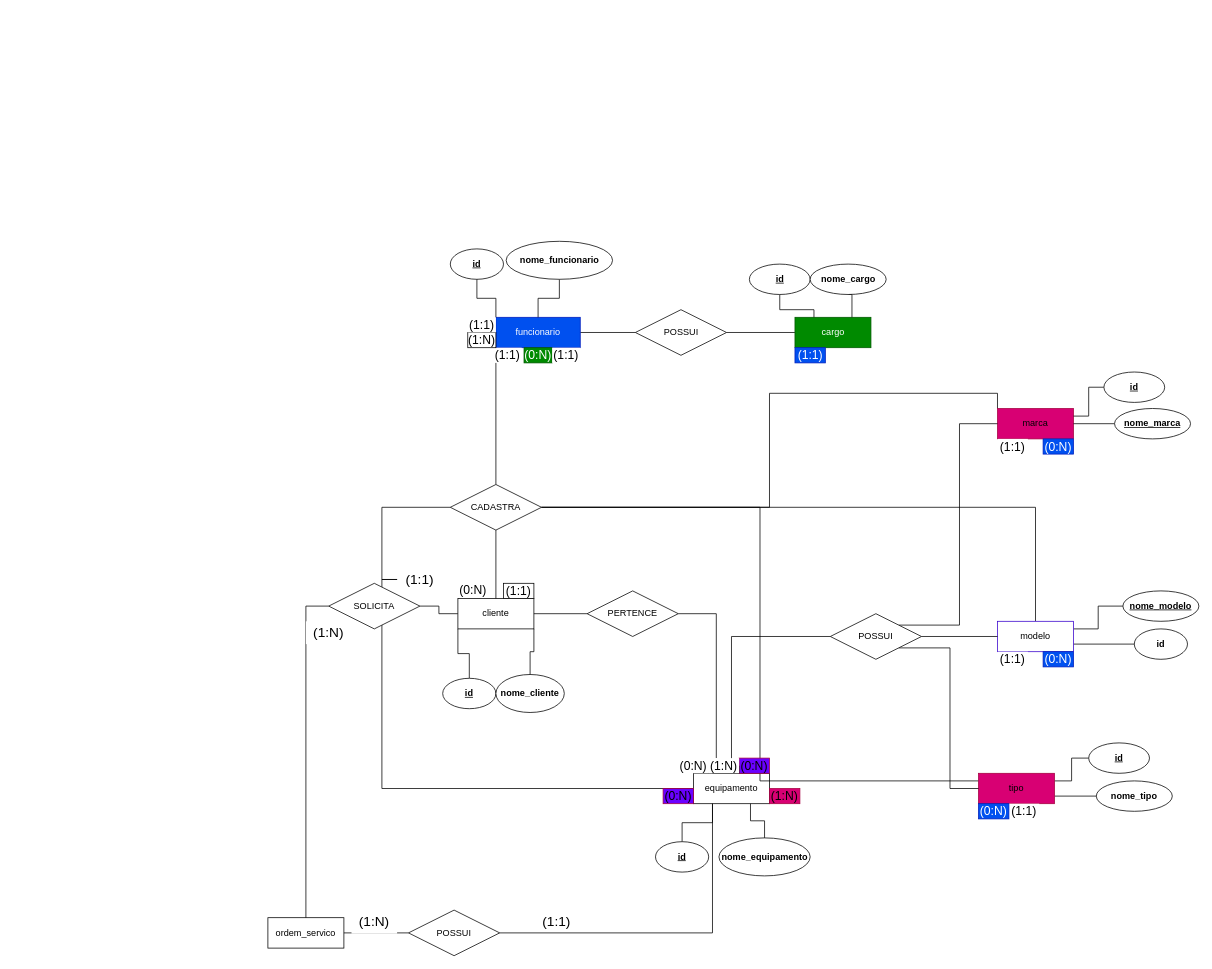
Carlos27spec/TechFix--Trabalho-banco-de-dados keeps this draw.io diagram as page "Conceitual" (1 of 2) of modelos/conceitual-logico-techflix.drawio. Above is the earlier version. Source tidied: cells renumbered, new cells numbered last; positions are measured from the earlier drawing's top-left corner, leaving out a move shared by most shapes. Both pictures are drawn from the tidied source at 76%, with x=0, y=0 at pixel (268, 241).
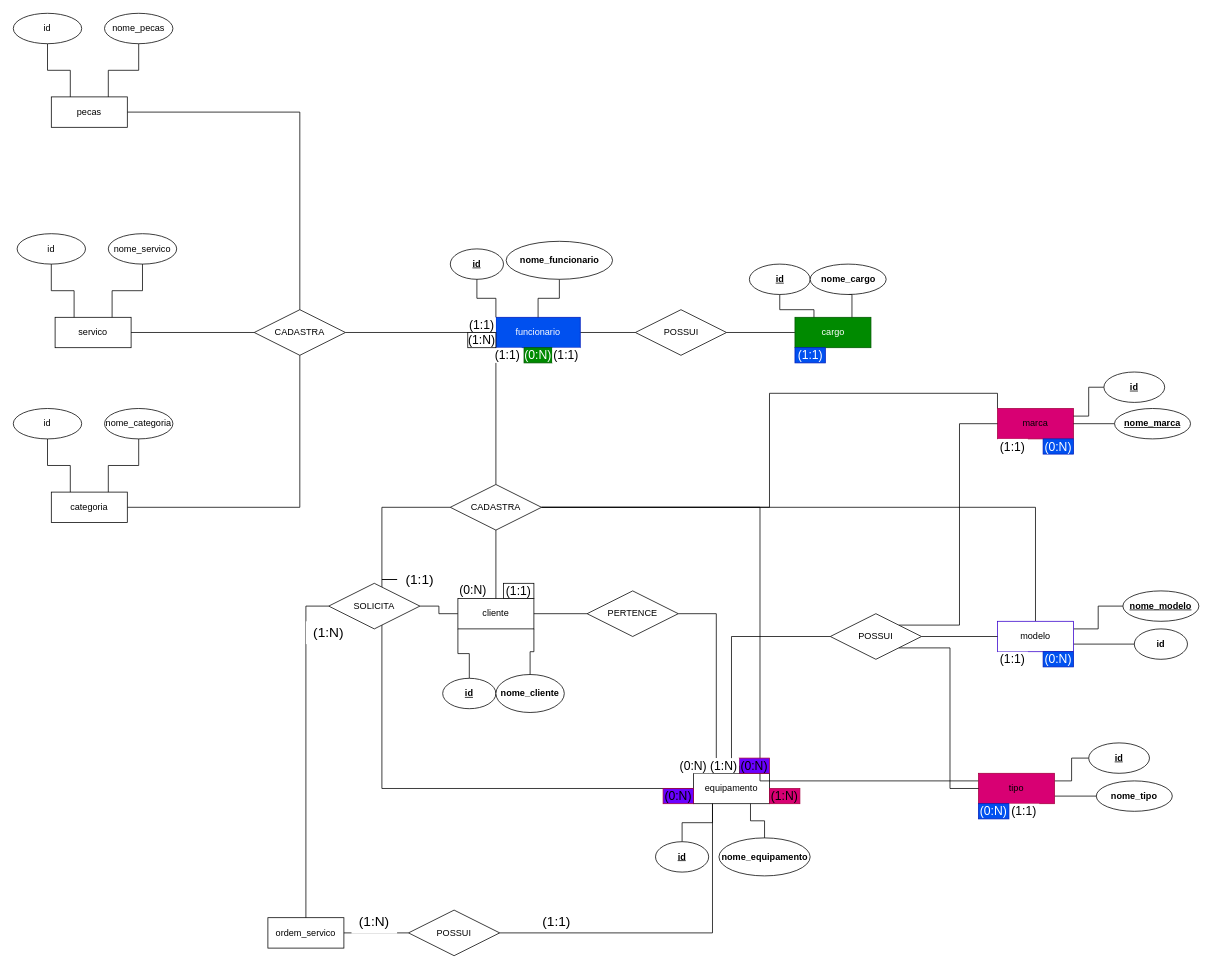
The same diagram, later.

Commit message (it also covers changes not shown here):
criaçao das tablelas servico e peca junto com mapa lógico e dbeavers

Unchanged cells that the change refers to:
```xml
<mxCell id="5" value="funcionario" style="whiteSpace=wrap;html=1;align=center;fillColor=light-dark(#0050EF,#66B2FF);fontColor=#ffffff;strokeColor=light-dark(#001DBC,#007FFF);" parent="1" vertex="1">
  <mxGeometry x="300" y="100" width="111" height="40" as="geometry" />
</mxCell>
```

Change to the diagram source:
```diff
@@
+    <mxCell id="88" value="servico" style="whiteSpace=wrap;html=1;align=center;fillColor=light-dark(#FFFFFF,#00994D);" parent="1" vertex="1">
+      <mxGeometry x="-280" y="100" width="100" height="40" as="geometry" />
+    </mxCell>
+    <mxCell id="89" style="edgeStyle=orthogonalEdgeStyle;rounded=0;jettySize=auto;html=1;exitX=1;exitY=0.5;exitDx=0;exitDy=0;endArrow=none;endFill=0;" parent="1" edge="1" source="91" target="5">
+      <mxGeometry relative="1" as="geometry" />
+    </mxCell>
+    <mxCell id="90" style="edgeStyle=orthogonalEdgeStyle;rounded=0;jettySize=auto;html=1;exitX=0;exitY=0.5;exitDx=0;exitDy=0;entryX=1;entryY=0.5;entryDx=0;entryDy=0;endArrow=none;endFill=0;" parent="1" edge="1" source="91" target="88">
+      <mxGeometry relative="1" as="geometry" />
+    </mxCell>
+    <mxCell id="91" value="CADASTRA" style="shape=rhombus;perimeter=rhombusPerimeter;whiteSpace=wrap;html=1;align=center;" parent="1" vertex="1">
+      <mxGeometry x="-18" y="90" width="120" height="60" as="geometry" />
+    </mxCell>
+    <mxCell id="92" style="edgeStyle=orthogonalEdgeStyle;rounded=0;jettySize=auto;html=1;exitX=0.5;exitY=1;exitDx=0;exitDy=0;entryX=0.25;entryY=0;entryDx=0;entryDy=0;endArrow=none;endFill=0;" parent="1" edge="1" source="93" target="88">
+      <mxGeometry relative="1" as="geometry" />
+    </mxCell>
+    <mxCell id="93" value="id" style="ellipse;whiteSpace=wrap;html=1;align=center;" parent="1" vertex="1">
+      <mxGeometry x="-330" y="-10" width="90" height="40" as="geometry" />
+    </mxCell>
+    <mxCell id="94" style="edgeStyle=orthogonalEdgeStyle;rounded=0;jettySize=auto;html=1;exitX=0.5;exitY=1;exitDx=0;exitDy=0;entryX=0.75;entryY=0;entryDx=0;entryDy=0;endArrow=none;endFill=0;" parent="1" edge="1" source="95" target="88">
+      <mxGeometry relative="1" as="geometry" />
+    </mxCell>
+    <mxCell id="95" value="nome_servico" style="ellipse;whiteSpace=wrap;html=1;align=center;" parent="1" vertex="1">
+      <mxGeometry x="-210" y="-10" width="90" height="40" as="geometry" />
+    </mxCell>
+    <mxCell id="96" style="edgeStyle=orthogonalEdgeStyle;rounded=0;jettySize=auto;html=1;exitX=1;exitY=0.5;exitDx=0;exitDy=0;entryX=0.5;entryY=1;entryDx=0;entryDy=0;endArrow=none;endFill=0;" parent="1" edge="1" source="97" target="91">
+      <mxGeometry relative="1" as="geometry" />
+    </mxCell>
+    <mxCell id="97" value="categoria" style="whiteSpace=wrap;html=1;align=center;fillColor=light-dark(#FFFFFF,#000099);" parent="1" vertex="1">
+      <mxGeometry x="-285" y="330" width="100" height="40" as="geometry" />
+    </mxCell>
+    <mxCell id="98" style="edgeStyle=orthogonalEdgeStyle;rounded=0;jettySize=auto;html=1;exitX=0.5;exitY=1;exitDx=0;exitDy=0;entryX=0.25;entryY=0;entryDx=0;entryDy=0;endArrow=none;endFill=0;" parent="1" edge="1" source="99" target="97">
+      <mxGeometry relative="1" as="geometry" />
+    </mxCell>
+    <mxCell id="99" value="id" style="ellipse;whiteSpace=wrap;html=1;align=center;" parent="1" vertex="1">
+      <mxGeometry x="-335" y="220" width="90" height="40" as="geometry" />
+    </mxCell>
+    <mxCell id="100" style="edgeStyle=orthogonalEdgeStyle;rounded=0;jettySize=auto;html=1;exitX=0.5;exitY=1;exitDx=0;exitDy=0;entryX=0.75;entryY=0;entryDx=0;entryDy=0;endArrow=none;endFill=0;" parent="1" edge="1" source="101" target="97">
+      <mxGeometry relative="1" as="geometry" />
+    </mxCell>
+    <mxCell id="101" value="nome_categoria" style="ellipse;whiteSpace=wrap;html=1;align=center;" parent="1" vertex="1">
+      <mxGeometry x="-215" y="220" width="90" height="40" as="geometry" />
+    </mxCell>
+    <mxCell id="102" style="edgeStyle=orthogonalEdgeStyle;rounded=0;jettySize=auto;html=1;exitX=1;exitY=0.5;exitDx=0;exitDy=0;entryX=0.5;entryY=0;entryDx=0;entryDy=0;endArrow=none;endFill=0;" parent="1" edge="1" source="103" target="91">
+      <mxGeometry relative="1" as="geometry" />
+    </mxCell>
+    <mxCell id="103" value="pecas" style="whiteSpace=wrap;html=1;align=center;fillColor=light-dark(#FFFFFF,#990000);" parent="1" vertex="1">
+      <mxGeometry x="-285" y="-190" width="100" height="40" as="geometry" />
+    </mxCell>
+    <mxCell id="104" style="edgeStyle=orthogonalEdgeStyle;rounded=0;jettySize=auto;html=1;exitX=0.5;exitY=1;exitDx=0;exitDy=0;entryX=0.25;entryY=0;entryDx=0;entryDy=0;endArrow=none;endFill=0;" parent="1" edge="1" source="105" target="103">
+      <mxGeometry relative="1" as="geometry" />
+    </mxCell>
+    <mxCell id="105" value="id" style="ellipse;whiteSpace=wrap;html=1;align=center;" parent="1" vertex="1">
+      <mxGeometry x="-335" y="-300" width="90" height="40" as="geometry" />
+    </mxCell>
+    <mxCell id="106" style="edgeStyle=orthogonalEdgeStyle;rounded=0;jettySize=auto;html=1;exitX=0.5;exitY=1;exitDx=0;exitDy=0;entryX=0.75;entryY=0;entryDx=0;entryDy=0;endArrow=none;endFill=0;" parent="1" edge="1" source="107" target="103">
+      <mxGeometry relative="1" as="geometry" />
+    </mxCell>
+    <mxCell id="107" value="nome_pecas" style="ellipse;whiteSpace=wrap;html=1;align=center;" parent="1" vertex="1">
+      <mxGeometry x="-215" y="-300" width="90" height="40" as="geometry" />
+    </mxCell>
```
